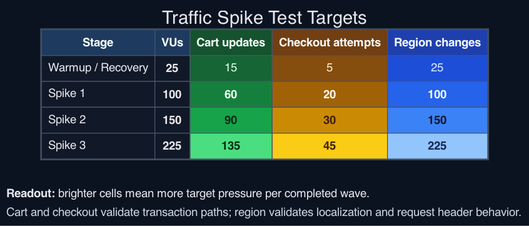
Before: docs/graphviz/traffic-spike-target-heatmap-dark.png, a diagram exported from Graphviz (orenlion1/ensemble-retail). Its source is kept beside it as docs/graphviz/traffic-spike-target-heatmap-dark.dot. Its diagram source:
```dot
digraph traffic_spike_target_heatmap_dark {
  graph [
    rankdir=TB,
    labelloc=t,
    label="Traffic Spike Test Targets",
    bgcolor="#0b1220",
    fontcolor="#e5e7eb",
    fontsize=22,
    fontname="Helvetica",
    nodesep=0.35,
    ranksep=0.4
  ];

  node [
    shape=plain,
    fontname="Helvetica",
    fontcolor="#e5e7eb"
  ];

  edge [
    style=invis
  ];

  target_heatmap [
    label=<
      <TABLE BORDER="1" CELLBORDER="1" CELLSPACING="0" CELLPADDING="7" COLOR="#475569">
        <TR>
          <TD BGCOLOR="#1e3a5f"><FONT COLOR="#f8fafc"><B>Stage</B></FONT></TD>
          <TD BGCOLOR="#1e3a5f"><FONT COLOR="#f8fafc"><B>VUs</B></FONT></TD>
          <TD BGCOLOR="#14532d"><FONT COLOR="#f8fafc"><B>Cart updates</B></FONT></TD>
          <TD BGCOLOR="#713f12"><FONT COLOR="#f8fafc"><B>Checkout attempts</B></FONT></TD>
          <TD BGCOLOR="#1e40af"><FONT COLOR="#f8fafc"><B>Region changes</B></FONT></TD>
        </TR>
        <TR>
          <TD ALIGN="LEFT" BGCOLOR="#111827"><FONT COLOR="#e5e7eb">Warmup / Recovery</FONT></TD>
          <TD BGCOLOR="#111827"><FONT COLOR="#e5e7eb"><B>25</B></FONT></TD>
          <TD BGCOLOR="#166534"><FONT COLOR="#dcfce7">15</FONT></TD>
          <TD BGCOLOR="#854d0e"><FONT COLOR="#fef3c7">5</FONT></TD>
          <TD BGCOLOR="#1d4ed8"><FONT COLOR="#dbeafe">25</FONT></TD>
        </TR>
        <TR>
          <TD ALIGN="LEFT" BGCOLOR="#111827"><FONT COLOR="#e5e7eb">Spike 1</FONT></TD>
          <TD BGCOLOR="#111827"><FONT COLOR="#e5e7eb"><B>100</B></FONT></TD>
          <TD BGCOLOR="#15803d"><FONT COLOR="#f0fdf4"><B>60</B></FONT></TD>
          <TD BGCOLOR="#a16207"><FONT COLOR="#fffbeb"><B>20</B></FONT></TD>
          <TD BGCOLOR="#2563eb"><FONT COLOR="#eff6ff"><B>100</B></FONT></TD>
        </TR>
        <TR>
          <TD ALIGN="LEFT" BGCOLOR="#111827"><FONT COLOR="#e5e7eb">Spike 2</FONT></TD>
          <TD BGCOLOR="#111827"><FONT COLOR="#e5e7eb"><B>150</B></FONT></TD>
          <TD BGCOLOR="#16a34a"><FONT COLOR="#052e16"><B>90</B></FONT></TD>
          <TD BGCOLOR="#ca8a04"><FONT COLOR="#422006"><B>30</B></FONT></TD>
          <TD BGCOLOR="#3b82f6"><FONT COLOR="#0f172a"><B>150</B></FONT></TD>
        </TR>
        <TR>
          <TD ALIGN="LEFT" BGCOLOR="#111827"><FONT COLOR="#e5e7eb">Spike 3</FONT></TD>
          <TD BGCOLOR="#111827"><FONT COLOR="#e5e7eb"><B>225</B></FONT></TD>
          <TD BGCOLOR="#4ade80"><FONT COLOR="#052e16"><B>135</B></FONT></TD>
          <TD BGCOLOR="#facc15"><FONT COLOR="#422006"><B>45</B></FONT></TD>
          <TD BGCOLOR="#93c5fd"><FONT COLOR="#172554"><B>225</B></FONT></TD>
        </TR>
      </TABLE>
    >
  ];

  target_note [
    label=<
      <TABLE BORDER="0" CELLBORDER="0" CELLSPACING="0" CELLPADDING="4">
        <TR><TD ALIGN="LEFT"><FONT COLOR="#e5e7eb"><B>Readout:</B> brighter cells mean more target pressure per completed wave.</FONT></TD></TR>
        <TR><TD ALIGN="LEFT"><FONT COLOR="#cbd5e1">Cart and checkout validate transaction paths; region validates localization and request header behavior.</FONT></TD></TR>
      </TABLE>
    >
  ];

  target_heatmap -> target_note;
}
```
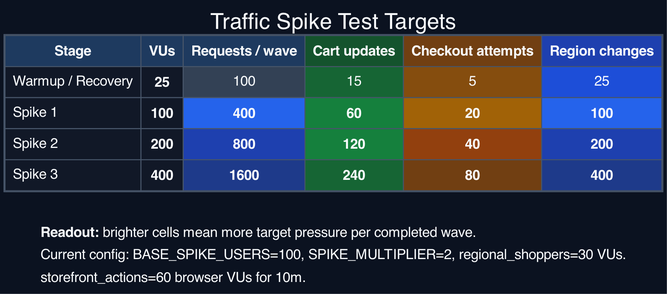
The same file after the commit.

Diff of the diagram source:
```diff
@@ -1,76 +1,25 @@
 digraph traffic_spike_target_heatmap_dark {
-  graph [
-    rankdir=TB,
-    labelloc=t,
-    label="Traffic Spike Test Targets",
-    bgcolor="#0b1220",
-    fontcolor="#e5e7eb",
-    fontsize=22,
-    fontname="Helvetica",
-    nodesep=0.35,
-    ranksep=0.4
-  ];
+  graph [rankdir=TB, labelloc=t, label="Traffic Spike Test Targets", bgcolor="#0b1220", fontcolor="#f8fafc", fontsize=22, fontname="Helvetica", nodesep=0.35, ranksep=0.4];
+  node [shape=plain, fontname="Helvetica", fontcolor="#f8fafc"];
+  edge [style=invis];
 
-  node [
-    shape=plain,
-    fontname="Helvetica",
-    fontcolor="#e5e7eb"
-  ];
+  target_heatmap [label=<
+    <TABLE BORDER="1" CELLBORDER="1" CELLSPACING="0" CELLPADDING="7" COLOR="#475569">
+      <TR><TD BGCOLOR="#1e3a5f"><FONT COLOR="#f8fafc"><B>Stage</B></FONT></TD><TD BGCOLOR="#1e3a5f"><FONT COLOR="#f8fafc"><B>VUs</B></FONT></TD><TD BGCOLOR="#1e3a5f"><FONT COLOR="#f8fafc"><B>Requests / wave</B></FONT></TD><TD BGCOLOR="#14532d"><FONT COLOR="#f8fafc"><B>Cart updates</B></FONT></TD><TD BGCOLOR="#713f12"><FONT COLOR="#f8fafc"><B>Checkout attempts</B></FONT></TD><TD BGCOLOR="#1e40af"><FONT COLOR="#f8fafc"><B>Region changes</B></FONT></TD></TR>
+      <TR><TD ALIGN="LEFT" BGCOLOR="#111827"><FONT COLOR="#f8fafc">Warmup / Recovery</FONT></TD><TD BGCOLOR="#111827"><FONT COLOR="#f8fafc"><B>25</B></FONT></TD><TD BGCOLOR="#334155"><FONT COLOR="#f8fafc">100</FONT></TD><TD BGCOLOR="#166534"><FONT COLOR="#f8fafc">15</FONT></TD><TD BGCOLOR="#854d0e"><FONT COLOR="#f8fafc">5</FONT></TD><TD BGCOLOR="#1d4ed8"><FONT COLOR="#f8fafc">25</FONT></TD></TR>
+      <TR><TD ALIGN="LEFT" BGCOLOR="#111827"><FONT COLOR="#f8fafc">Spike 1</FONT></TD><TD BGCOLOR="#111827"><FONT COLOR="#f8fafc"><B>100</B></FONT></TD><TD BGCOLOR="#2563eb"><FONT COLOR="#f8fafc"><B>400</B></FONT></TD><TD BGCOLOR="#15803d"><FONT COLOR="#f8fafc"><B>60</B></FONT></TD><TD BGCOLOR="#a16207"><FONT COLOR="#f8fafc"><B>20</B></FONT></TD><TD BGCOLOR="#2563eb"><FONT COLOR="#f8fafc"><B>100</B></FONT></TD></TR>
+      <TR><TD ALIGN="LEFT" BGCOLOR="#111827"><FONT COLOR="#f8fafc">Spike 2</FONT></TD><TD BGCOLOR="#111827"><FONT COLOR="#f8fafc"><B>200</B></FONT></TD><TD BGCOLOR="#1e40af"><FONT COLOR="#f8fafc"><B>800</B></FONT></TD><TD BGCOLOR="#15803d"><FONT COLOR="#f8fafc"><B>120</B></FONT></TD><TD BGCOLOR="#92400e"><FONT COLOR="#f8fafc"><B>40</B></FONT></TD><TD BGCOLOR="#1e40af"><FONT COLOR="#f8fafc"><B>200</B></FONT></TD></TR>
+      <TR><TD ALIGN="LEFT" BGCOLOR="#111827"><FONT COLOR="#f8fafc">Spike 3</FONT></TD><TD BGCOLOR="#111827"><FONT COLOR="#f8fafc"><B>400</B></FONT></TD><TD BGCOLOR="#1e3a8a"><FONT COLOR="#f8fafc"><B>1600</B></FONT></TD><TD BGCOLOR="#166534"><FONT COLOR="#f8fafc"><B>240</B></FONT></TD><TD BGCOLOR="#713f12"><FONT COLOR="#f8fafc"><B>80</B></FONT></TD><TD BGCOLOR="#1e3a8a"><FONT COLOR="#f8fafc"><B>400</B></FONT></TD></TR>
+    </TABLE>
+  >];
 
-  edge [
-    style=invis
-  ];
-
-  target_heatmap [
-    label=<
-      <TABLE BORDER="1" CELLBORDER="1" CELLSPACING="0" CELLPADDING="7" COLOR="#475569">
-        <TR>
-          <TD BGCOLOR="#1e3a5f"><FONT COLOR="#f8fafc"><B>Stage</B></FONT></TD>
-          <TD BGCOLOR="#1e3a5f"><FONT COLOR="#f8fafc"><B>VUs</B></FONT></TD>
-          <TD BGCOLOR="#14532d"><FONT COLOR="#f8fafc"><B>Cart updates</B></FONT></TD>
-          <TD BGCOLOR="#713f12"><FONT COLOR="#f8fafc"><B>Checkout attempts</B></FONT></TD>
-          <TD BGCOLOR="#1e40af"><FONT COLOR="#f8fafc"><B>Region changes</B></FONT></TD>
-        </TR>
-        <TR>
-          <TD ALIGN="LEFT" BGCOLOR="#111827"><FONT COLOR="#e5e7eb">Warmup / Recovery</FONT></TD>
-          <TD BGCOLOR="#111827"><FONT COLOR="#e5e7eb"><B>25</B></FONT></TD>
-          <TD BGCOLOR="#166534"><FONT COLOR="#dcfce7">15</FONT></TD>
-          <TD BGCOLOR="#854d0e"><FONT COLOR="#fef3c7">5</FONT></TD>
-          <TD BGCOLOR="#1d4ed8"><FONT COLOR="#dbeafe">25</FONT></TD>
-        </TR>
-        <TR>
-          <TD ALIGN="LEFT" BGCOLOR="#111827"><FONT COLOR="#e5e7eb">Spike 1</FONT></TD>
-          <TD BGCOLOR="#111827"><FONT COLOR="#e5e7eb"><B>100</B></FONT></TD>
-          <TD BGCOLOR="#15803d"><FONT COLOR="#f0fdf4"><B>60</B></FONT></TD>
-          <TD BGCOLOR="#a16207"><FONT COLOR="#fffbeb"><B>20</B></FONT></TD>
-          <TD BGCOLOR="#2563eb"><FONT COLOR="#eff6ff"><B>100</B></FONT></TD>
-        </TR>
-        <TR>
-          <TD ALIGN="LEFT" BGCOLOR="#111827"><FONT COLOR="#e5e7eb">Spike 2</FONT></TD>
-          <TD BGCOLOR="#111827"><FONT COLOR="#e5e7eb"><B>150</B></FONT></TD>
-          <TD BGCOLOR="#16a34a"><FONT COLOR="#052e16"><B>90</B></FONT></TD>
-          <TD BGCOLOR="#ca8a04"><FONT COLOR="#422006"><B>30</B></FONT></TD>
-          <TD BGCOLOR="#3b82f6"><FONT COLOR="#0f172a"><B>150</B></FONT></TD>
-        </TR>
-        <TR>
-          <TD ALIGN="LEFT" BGCOLOR="#111827"><FONT COLOR="#e5e7eb">Spike 3</FONT></TD>
-          <TD BGCOLOR="#111827"><FONT COLOR="#e5e7eb"><B>225</B></FONT></TD>
-          <TD BGCOLOR="#4ade80"><FONT COLOR="#052e16"><B>135</B></FONT></TD>
-          <TD BGCOLOR="#facc15"><FONT COLOR="#422006"><B>45</B></FONT></TD>
-          <TD BGCOLOR="#93c5fd"><FONT COLOR="#172554"><B>225</B></FONT></TD>
-        </TR>
-      </TABLE>
-    >
-  ];
-
-  target_note [
-    label=<
-      <TABLE BORDER="0" CELLBORDER="0" CELLSPACING="0" CELLPADDING="4">
-        <TR><TD ALIGN="LEFT"><FONT COLOR="#e5e7eb"><B>Readout:</B> brighter cells mean more target pressure per completed wave.</FONT></TD></TR>
-        <TR><TD ALIGN="LEFT"><FONT COLOR="#cbd5e1">Cart and checkout validate transaction paths; region validates localization and request header behavior.</FONT></TD></TR>
-      </TABLE>
-    >
-  ];
+  target_note [label=<
+    <TABLE BORDER="0" CELLBORDER="0" CELLSPACING="0" CELLPADDING="4">
+      <TR><TD ALIGN="LEFT"><FONT COLOR="#f8fafc"><B>Readout:</B> brighter cells mean more target pressure per completed wave.</FONT></TD></TR>
+      <TR><TD ALIGN="LEFT"><FONT COLOR="#f8fafc">Current config: BASE_SPIKE_USERS=100, SPIKE_MULTIPLIER=2, regional_shoppers=30 VUs.</FONT></TD></TR>
+      <TR><TD ALIGN="LEFT"><FONT COLOR="#f8fafc">storefront_actions=60 browser VUs for 10m.</FONT></TD></TR>
+    </TABLE>
+  >];
 
   target_heatmap -> target_note;
 }
```
